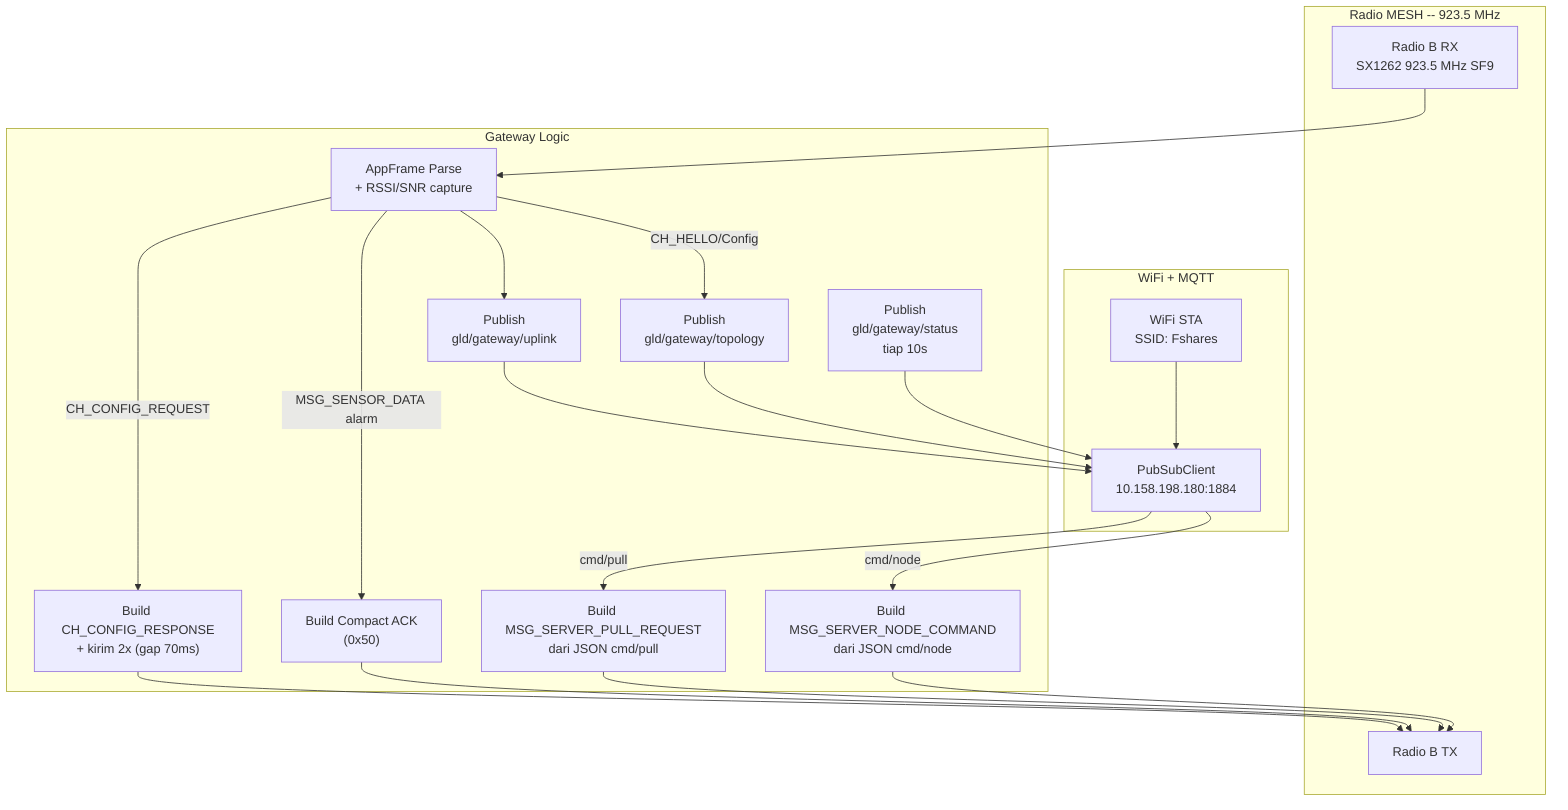
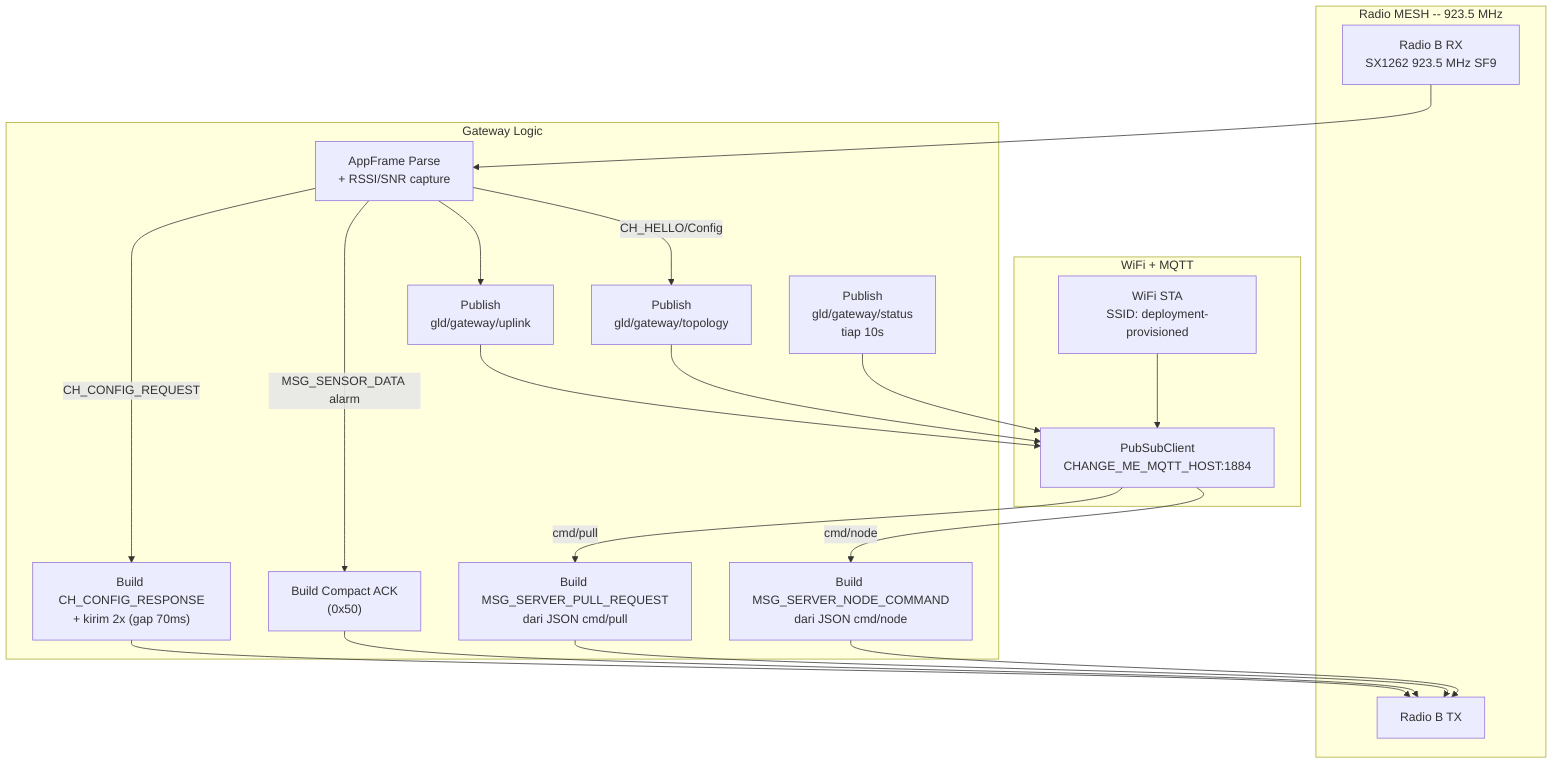
flowchart TD
    subgraph RADIO_BLOCK["Radio MESH -- 923.5 MHz"]
        MESH_RX_GW["Radio B RX\nSX1262 923.5 MHz SF9"]
        MESH_TX_GW["Radio B TX"]
    end

    subgraph WIFI_MQTT_BLOCK["WiFi + MQTT"]
-         WIFI_GW["WiFi STA\nSSID: Fshares"]
-         MQTTC_GW["PubSubClient\n10.158.198.180:1884"]
+         WIFI_GW["WiFi STA\nSSID: deployment-provisioned"]
+         MQTTC_GW["PubSubClient\nCHANGE_ME_MQTT_HOST:1884"]
    end

    subgraph LOGIC["Gateway Logic"]
        PARSE_GW["AppFrame Parse\n+ RSSI/SNR capture"]
        PUB_UPLINK["Publish\ngld/gateway/uplink"]
        PUB_TOPO["Publish\ngld/gateway/topology"]
        PUB_STATUS["Publish\ngld/gateway/status\ntiap 10s"]
        CONFIG_RESP["Build CH_CONFIG_RESPONSE\n+ kirim 2x (gap 70ms)"]
        ALARM_ACK["Build Compact ACK\n(0x50)"]
        PULL_BUILD["Build MSG_SERVER_PULL_REQUEST\ndari JSON cmd/pull"]
        NODE_CMD["Build MSG_SERVER_NODE_COMMAND\ndari JSON cmd/node"]
    end

    MESH_RX_GW --> PARSE_GW
    PARSE_GW --> PUB_UPLINK
    PARSE_GW -->|"CH_HELLO/Config"| PUB_TOPO
    PARSE_GW -->|"CH_CONFIG_REQUEST"| CONFIG_RESP
    PARSE_GW -->|"MSG_SENSOR_DATA alarm"| ALARM_ACK
    CONFIG_RESP --> MESH_TX_GW
    ALARM_ACK --> MESH_TX_GW

    WIFI_GW --> MQTTC_GW
    PUB_UPLINK --> MQTTC_GW
    PUB_TOPO --> MQTTC_GW
    PUB_STATUS --> MQTTC_GW
    MQTTC_GW -->|"cmd/pull"| PULL_BUILD
    MQTTC_GW -->|"cmd/node"| NODE_CMD
    PULL_BUILD --> MESH_TX_GW
-     NODE_CMD --> MESH_TX_GW+     NODE_CMD --> MESH_TX_GW
